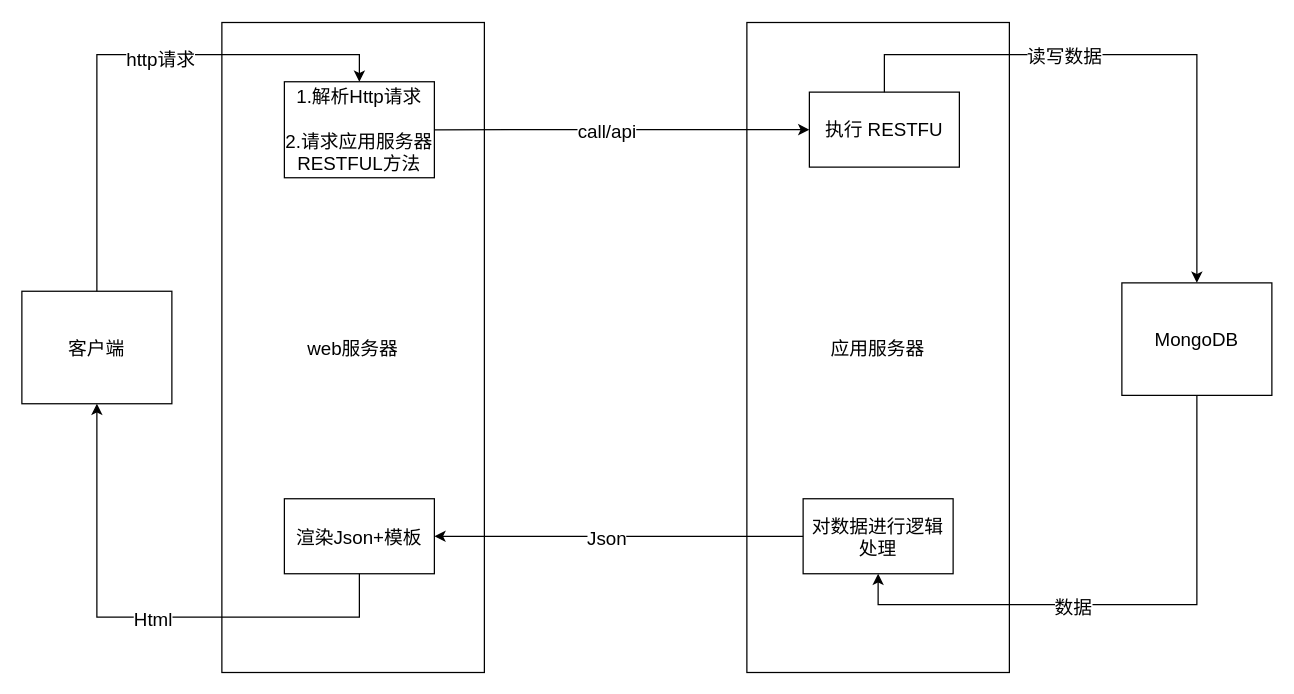
Above: 第四章/系统开发方式设计.drawio in yuxinyu12345/diagrams (draw.io), before the change. Source tidied: cells renumbered, new cells numbered last; positions are measured from the earlier drawing's top-left corner, leaving out a move shared by most shapes. Both pictures are drawn from the tidied source at 125%, with x=0, y=0 at pixel (21, 22).
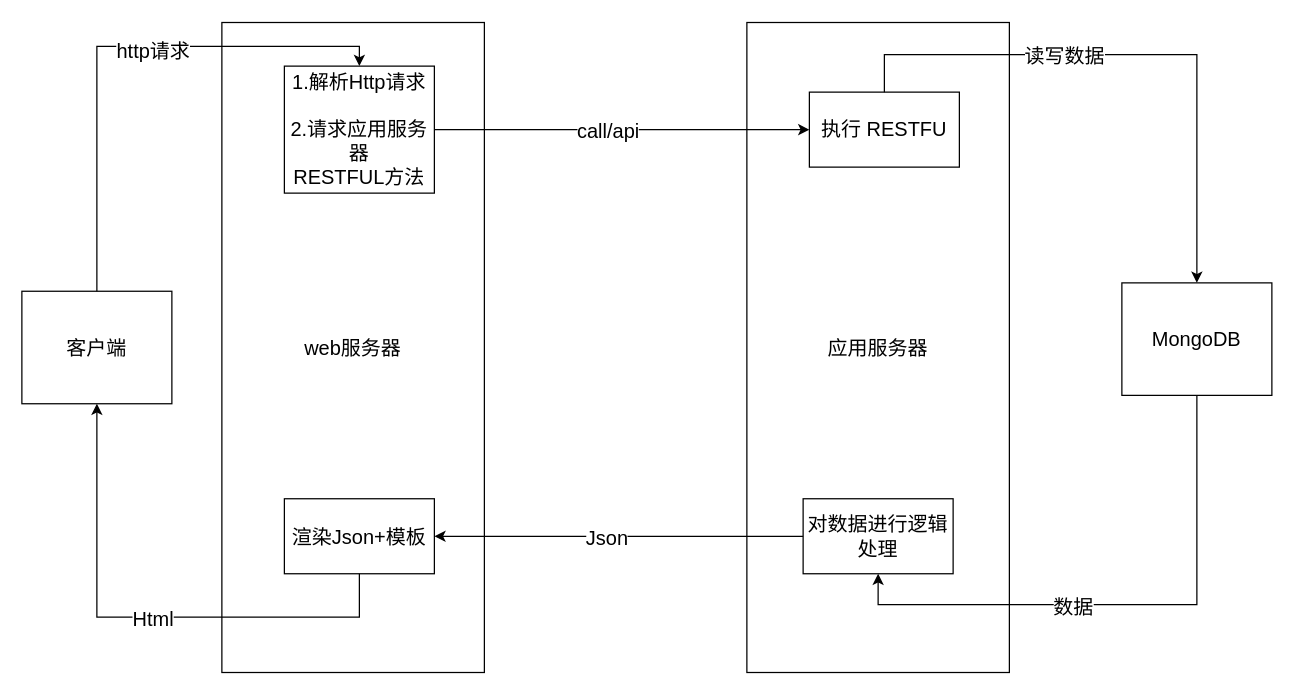
The same page after the edit.

Commit message (it also covers changes not shown here):
更新系统开发方式设计.drawio

The edit, as a diff of the source:
```diff
@@
-    <mxCell id="2" value="客户端" style="rounded=0;whiteSpace=wrap;html=1;fontSize=15;" parent="1" vertex="1">
+    <mxCell id="2" value="客户端" style="rounded=0;whiteSpace=wrap;html=1;fontSize=16;" parent="1" vertex="1">
       <mxGeometry y="214.5" width="120" height="90" as="geometry" />
     </mxCell>
-    <mxCell id="3" value="web服务器" style="rounded=0;whiteSpace=wrap;html=1;fontSize=15;" parent="1" vertex="1">
+    <mxCell id="3" value="web服务器" style="rounded=0;whiteSpace=wrap;html=1;fontSize=16;" parent="1" vertex="1">
       <mxGeometry x="160" y="-0.5" width="210" height="520" as="geometry" />
     </mxCell>
-    <mxCell id="4" value="1.解析Http请求&lt;br style=&quot;font-size: 15px;&quot;&gt;&lt;br style=&quot;font-size: 15px;&quot;&gt;2.请求应用服务器&lt;br style=&quot;font-size: 15px;&quot;&gt;RESTFUL方法" style="rounded=0;whiteSpace=wrap;html=1;fontSize=15;" parent="1" vertex="1">
-      <mxGeometry x="210" y="46.9" width="120" height="76.8" as="geometry" />
+    <mxCell id="4" value="1.解析Http请求&lt;br style=&quot;font-size: 16px;&quot;&gt;&lt;br style=&quot;font-size: 16px;&quot;&gt;2.请求应用服务器&lt;br style=&quot;font-size: 16px;&quot;&gt;RESTFUL方法" style="rounded=0;whiteSpace=wrap;html=1;fontSize=16;" parent="1" vertex="1">
+      <mxGeometry x="210" y="34.4" width="120" height="101.6" as="geometry" />
     </mxCell>
-    <mxCell id="5" value="渲染Json+模板" style="rounded=0;whiteSpace=wrap;html=1;fontSize=15;" parent="1" vertex="1">
+    <mxCell id="5" value="渲染Json+模板" style="rounded=0;whiteSpace=wrap;html=1;fontSize=16;" parent="1" vertex="1">
       <mxGeometry x="210" y="380.5" width="120" height="60" as="geometry" />
     </mxCell>
-    <mxCell id="6" value="应用服务器" style="rounded=0;whiteSpace=wrap;html=1;fontSize=15;" parent="1" vertex="1">
+    <mxCell id="6" value="应用服务器" style="rounded=0;whiteSpace=wrap;html=1;fontSize=16;" parent="1" vertex="1">
       <mxGeometry x="580" y="-0.5" width="210" height="520" as="geometry" />
     </mxCell>
-    <mxCell id="7" value="执行 RESTFU" style="rounded=0;whiteSpace=wrap;html=1;fontSize=15;" parent="1" vertex="1">
+    <mxCell id="7" value="执行 RESTFU" style="rounded=0;whiteSpace=wrap;html=1;fontSize=16;" parent="1" vertex="1">
       <mxGeometry x="630" y="55.2" width="120" height="60" as="geometry" />
     </mxCell>
-    <mxCell id="8" value="对数据进行逻辑处理" style="rounded=0;whiteSpace=wrap;html=1;fontSize=15;" parent="1" vertex="1">
+    <mxCell id="8" value="对数据进行逻辑处理" style="rounded=0;whiteSpace=wrap;html=1;fontSize=16;" parent="1" vertex="1">
       <mxGeometry x="625" y="380.5" width="120" height="60" as="geometry" />
     </mxCell>
-    <mxCell id="9" value="MongoDB" style="rounded=0;whiteSpace=wrap;html=1;fontSize=15;" parent="1" vertex="1">
+    <mxCell id="9" value="MongoDB" style="rounded=0;whiteSpace=wrap;html=1;fontSize=16;" parent="1" vertex="1">
       <mxGeometry x="880" y="207.8" width="120" height="90" as="geometry" />
     </mxCell>
-    <mxCell id="10" style="endArrow=classic;html=1;rounded=0;exitX=0.5;exitY=0;exitDx=0;exitDy=0;entryX=0.5;entryY=0;entryDx=0;entryDy=0;fontSize=15;" parent="1" edge="1" source="2" target="4">
+    <mxCell id="10" style="endArrow=classic;html=1;rounded=0;exitX=0.5;exitY=0;exitDx=0;exitDy=0;fontSize=16;" parent="1" edge="1" source="2" target="4">
       <mxGeometry relative="1" as="geometry">
         <Array as="points">
-          <mxPoint x="60" y="25.2" />
-          <mxPoint x="270" y="25.2" />
+          <mxPoint x="60" y="18.5" />
+          <mxPoint x="270" y="18.5" />
         </Array>
       </mxGeometry>
     </mxCell>
-    <mxCell id="11" value="http请求" style="edgeLabel;html=1;align=center;verticalAlign=middle;fontSize=15;" parent="10" vertex="1">
+    <mxCell id="11" value="http请求" style="edgeLabel;html=1;align=center;verticalAlign=middle;fontSize=16;" parent="10" vertex="1">
       <mxGeometry x="0.14" y="-3" relative="1" as="geometry" />
     </mxCell>
-    <mxCell id="12" style="endArrow=classic;html=1;rounded=0;exitX=0.5;exitY=1;exitDx=0;exitDy=0;entryX=0.5;entryY=1;entryDx=0;entryDy=0;fontSize=15;" parent="1" edge="1" source="5" target="2">
+    <mxCell id="12" style="endArrow=classic;html=1;rounded=0;exitX=0.5;exitY=1;exitDx=0;exitDy=0;entryX=0.5;entryY=1;entryDx=0;entryDy=0;fontSize=16;" parent="1" edge="1" source="5" target="2">
       <mxGeometry relative="1" as="geometry">
         <Array as="points">
           <mxPoint x="270" y="475.2" />
           <mxPoint x="60" y="475.2" />
         </Array>
       </mxGeometry>
     </mxCell>
-    <mxCell id="13" value="Html" style="edgeLabel;html=1;align=center;verticalAlign=middle;fontSize=15;" parent="12" vertex="1">
+    <mxCell id="13" value="Html" style="edgeLabel;html=1;align=center;verticalAlign=middle;fontSize=16;" parent="12" vertex="1">
       <mxGeometry x="-0.03" y="1" relative="1" as="geometry">
         <mxPoint x="1" as="offset" />
       </mxGeometry>
     </mxCell>
-    <mxCell id="14" style="endArrow=classic;html=1;rounded=0;exitX=1;exitY=0.5;exitDx=0;exitDy=0;entryX=0;entryY=0.5;entryDx=0;entryDy=0;fontSize=15;" parent="1" edge="1" source="4" target="7">
+    <mxCell id="14" style="endArrow=classic;html=1;rounded=0;exitX=1;exitY=0.5;exitDx=0;exitDy=0;entryX=0;entryY=0.5;entryDx=0;entryDy=0;fontSize=16;" parent="1" edge="1" source="4" target="7">
       <mxGeometry relative="1" as="geometry" />
     </mxCell>
-    <mxCell id="15" value="call/api" style="edgeLabel;html=1;align=center;verticalAlign=middle;fontSize=15;" parent="14" vertex="1">
+    <mxCell id="15" value="call/api" style="edgeLabel;html=1;align=center;verticalAlign=middle;fontSize=16;" parent="14" vertex="1">
       <mxGeometry x="-0.09" relative="1" as="geometry">
         <mxPoint x="1" as="offset" />
       </mxGeometry>
     </mxCell>
-    <mxCell id="16" style="endArrow=classic;html=1;rounded=0;exitX=0;exitY=0.5;exitDx=0;exitDy=0;entryX=1;entryY=0.5;entryDx=0;entryDy=0;fontSize=15;" parent="1" edge="1" source="8" target="5">
+    <mxCell id="16" style="endArrow=classic;html=1;rounded=0;exitX=0;exitY=0.5;exitDx=0;exitDy=0;entryX=1;entryY=0.5;entryDx=0;entryDy=0;fontSize=16;" parent="1" edge="1" source="8" target="5">
       <mxGeometry relative="1" as="geometry" />
     </mxCell>
-    <mxCell id="17" value="Json" style="edgeLabel;html=1;align=center;verticalAlign=middle;fontSize=15;" parent="16" vertex="1">
+    <mxCell id="17" value="Json" style="edgeLabel;html=1;align=center;verticalAlign=middle;fontSize=16;" parent="16" vertex="1">
       <mxGeometry x="0.07" y="1" relative="1" as="geometry" />
     </mxCell>
-    <mxCell id="18" style="endArrow=classic;html=1;rounded=0;exitX=0.5;exitY=0;exitDx=0;exitDy=0;entryX=0.5;entryY=0;entryDx=0;entryDy=0;fontSize=15;" parent="1" edge="1" source="7" target="9">
+    <mxCell id="18" style="endArrow=classic;html=1;rounded=0;exitX=0.5;exitY=0;exitDx=0;exitDy=0;entryX=0.5;entryY=0;entryDx=0;entryDy=0;fontSize=16;" parent="1" edge="1" source="7" target="9">
       <mxGeometry relative="1" as="geometry">
         <Array as="points">
           <mxPoint x="690" y="25.2" />
           <mxPoint x="940" y="25.2" />
         </Array>
       </mxGeometry>
     </mxCell>
-    <mxCell id="19" value="读写数据" style="edgeLabel;html=1;align=center;verticalAlign=middle;fontSize=15;" parent="18" vertex="1">
+    <mxCell id="19" value="读写数据" style="edgeLabel;html=1;align=center;verticalAlign=middle;fontSize=16;" parent="18" vertex="1">
       <mxGeometry x="-0.25" relative="1" as="geometry" />
     </mxCell>
-    <mxCell id="20" style="endArrow=classic;html=1;rounded=0;entryX=0.5;entryY=1;entryDx=0;entryDy=0;exitX=0.5;exitY=1;exitDx=0;exitDy=0;fontSize=15;" parent="1" edge="1" source="9" target="8">
+    <mxCell id="20" style="endArrow=classic;html=1;rounded=0;entryX=0.5;entryY=1;entryDx=0;entryDy=0;exitX=0.5;exitY=1;exitDx=0;exitDy=0;fontSize=16;" parent="1" edge="1" source="9" target="8">
       <mxGeometry relative="1" as="geometry">
         <Array as="points">
           <mxPoint x="940" y="465.2" />
           <mxPoint x="685" y="465.2" />
         </Array>
       </mxGeometry>
     </mxCell>
-    <mxCell id="21" value="数据" style="edgeLabel;html=1;align=center;verticalAlign=middle;fontSize=15;" parent="20" vertex="1">
+    <mxCell id="21" value="数据" style="edgeLabel;html=1;align=center;verticalAlign=middle;fontSize=16;" parent="20" vertex="1">
       <mxGeometry x="0.2" y="1" relative="1" as="geometry">
         <mxPoint x="1" as="offset" />
       </mxGeometry>
     </mxCell>
```
